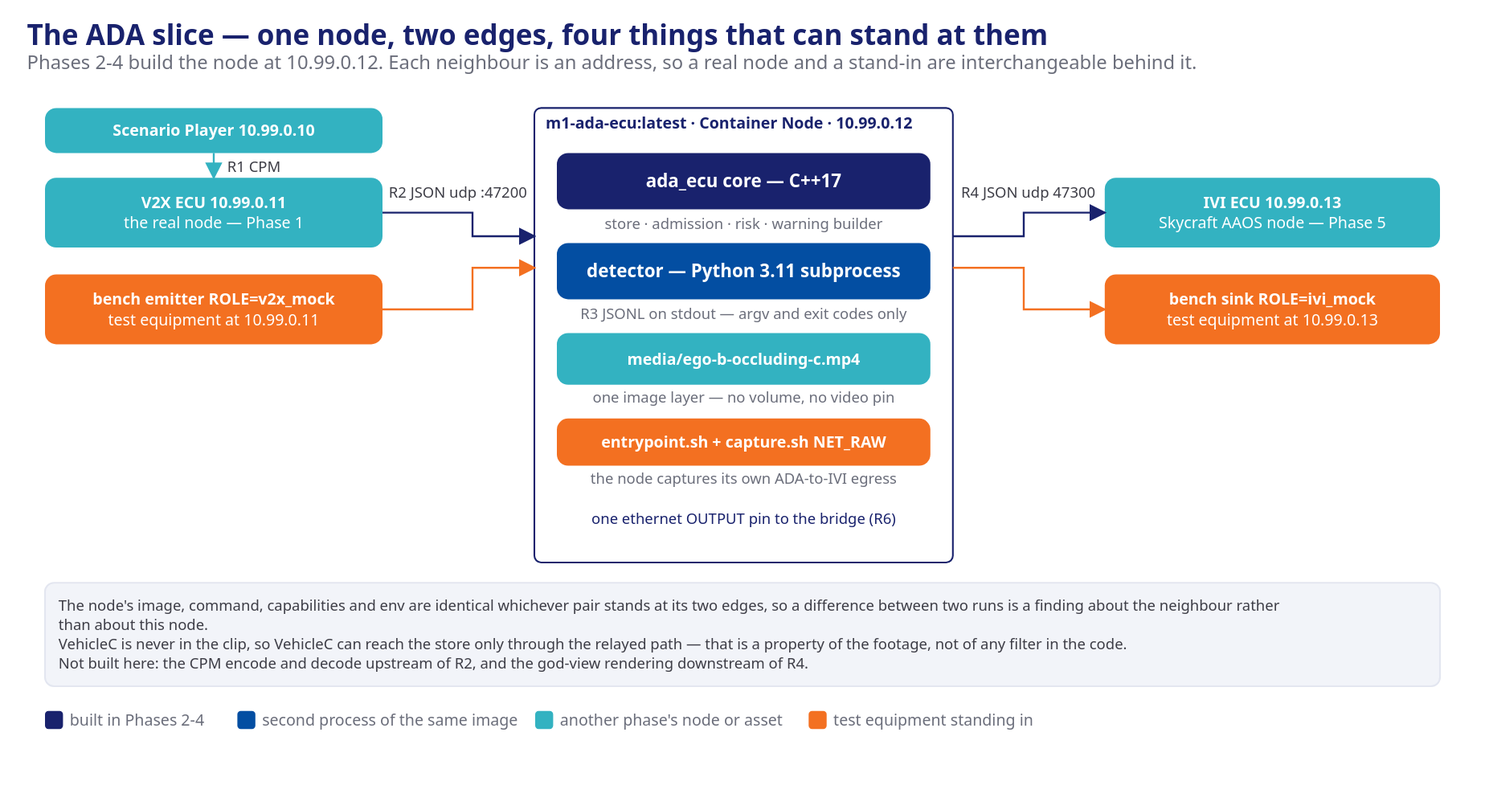
This is presentation/assets/phase2-4-ada-slice.svg from mnpham2101/FPT-Hackathon2026, a draw.io export, as it was before one commit. Source tidied: cells renumbered, new cells last; positions are measured from the earlier drawing's top-left corner, leaving out a move shared by most shapes.
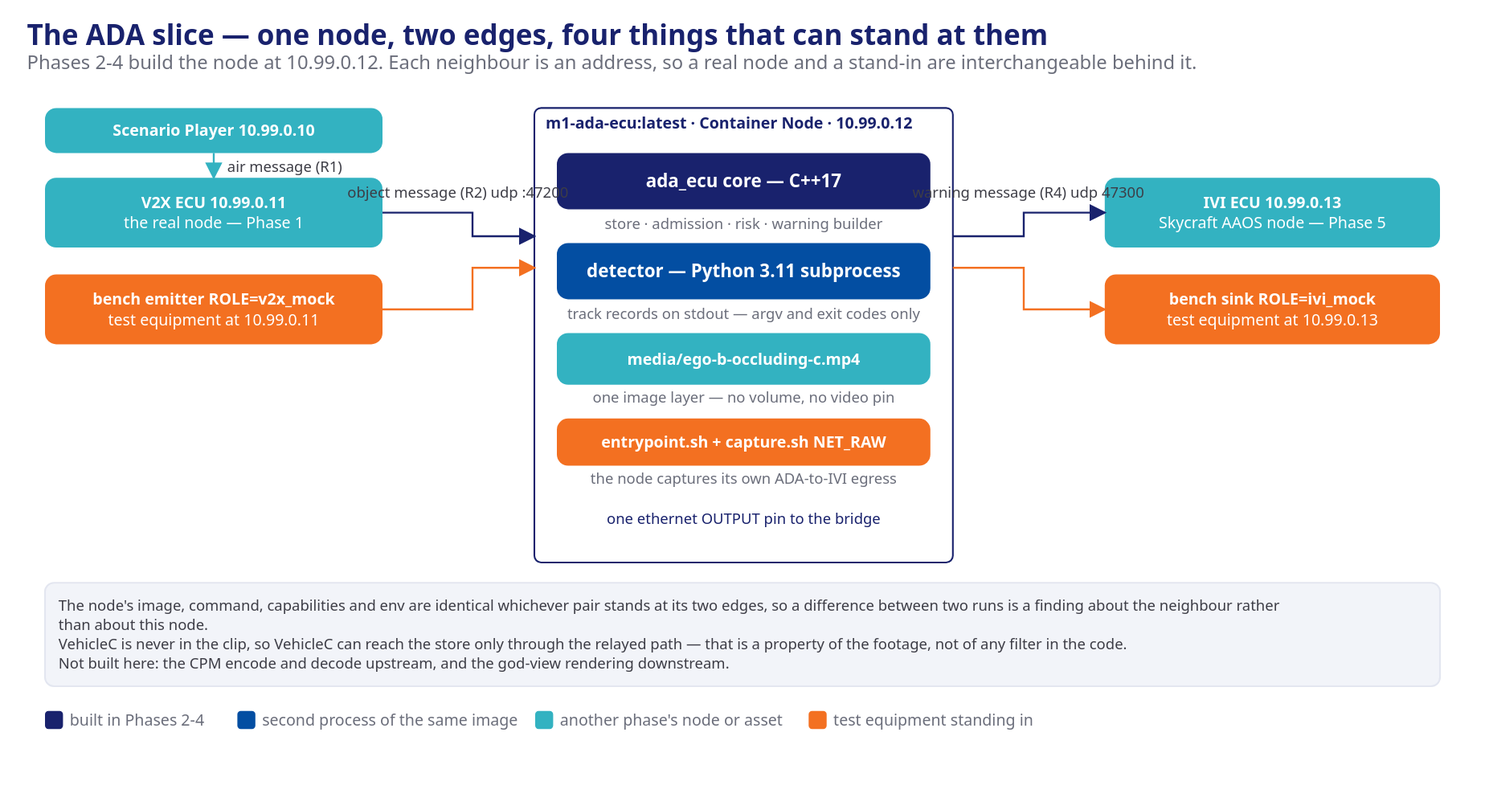
The same file after the commit.

Change to the diagram source:
```diff
@@ -20,7 +20,7 @@
     <mxCell id="7" value="detector — Python 3.11 subprocess" style="rounded=1;arcSize=10;html=1;fillColor=#034EA2;strokeColor=none;fontColor=#ffffff;fontSize=16.0;fontStyle=1;whiteSpace=wrap;verticalAlign=middle;align=center;" parent="1" vertex="1">
       <mxGeometry x="471" y="196" width="332" height="50" as="geometry" />
     </mxCell>
-    <mxCell id="8" value="R3 JSONL on stdout — argv and exit codes only" style="text;html=1;align=center;verticalAlign=middle;fontSize=13.2;fontColor=#6b6e7b;fontStyle=0;" parent="1" vertex="1">
+    <mxCell id="8" value="track records on stdout — argv and exit codes only" style="text;html=1;align=center;verticalAlign=middle;fontSize=13.2;fontColor=#6b6e7b;fontStyle=0;" parent="1" vertex="1">
       <mxGeometry x="471" y="250" width="332" height="18" as="geometry" />
     </mxCell>
     <mxCell id="9" value="media/ego-b-occluding-c.mp4" style="rounded=1;arcSize=10;html=1;fillColor=#33B2C1;strokeColor=none;fontColor=#ffffff;fontSize=14.0;fontStyle=1;whiteSpace=wrap;verticalAlign=middle;align=center;" parent="1" vertex="1">
@@ -35,7 +35,7 @@
     <mxCell id="12" value="the node captures its own ADA-to-IVI egress" style="text;html=1;align=center;verticalAlign=middle;fontSize=13.2;fontColor=#6b6e7b;fontStyle=0;" parent="1" vertex="1">
       <mxGeometry x="471" y="396" width="332" height="18" as="geometry" />
     </mxCell>
-    <mxCell id="13" value="one ethernet OUTPUT pin to the bridge (R6)" style="text;html=1;align=center;verticalAlign=middle;fontSize=13.2;fontColor=#19226D;fontStyle=0;" parent="1" vertex="1">
+    <mxCell id="13" value="one ethernet OUTPUT pin to the bridge" style="text;html=1;align=center;verticalAlign=middle;fontSize=13.2;fontColor=#19226D;fontStyle=0;" parent="1" vertex="1">
       <mxGeometry x="471" y="432" width="332" height="18" as="geometry" />
     </mxCell>
     <mxCell id="14" value="Scenario Player   10.99.0.10" style="rounded=1;arcSize=10;html=1;fillColor=#33B2C1;strokeColor=none;fontColor=#ffffff;fontSize=14.0;fontStyle=1;whiteSpace=wrap;verticalAlign=middle;align=center;" parent="1" vertex="1">
@@ -47,13 +47,13 @@
     <mxCell id="16" value="bench emitter   ROLE=v2x_mock&#10;test equipment at 10.99.0.11" style="rounded=1;arcSize=10;html=1;fillColor=#F37021;strokeColor=none;fontColor=#ffffff;fontSize=14.0;fontStyle=1;whiteSpace=wrap;verticalAlign=middle;align=center;" parent="1" vertex="1">
       <mxGeometry x="16" y="224" width="300" height="62" as="geometry" />
     </mxCell>
-    <mxCell id="17" value="R1 CPM" style="html=1;endArrow=block;endFill=1;strokeColor=#33B2C1;edgeStyle=orthogonalEdgeStyle;rounded=0;fontSize=13.2;fontColor=#3d3d46;labelBackgroundColor=none;" parent="1" edge="1">
+    <mxCell id="17" value="air message (R1)" style="html=1;endArrow=block;endFill=1;strokeColor=#33B2C1;edgeStyle=orthogonalEdgeStyle;rounded=0;fontSize=13.2;fontColor=#3d3d46;labelBackgroundColor=none;" parent="1" edge="1">
       <mxGeometry relative="1" as="geometry">
         <mxPoint x="166" y="116" as="sourcePoint" />
         <mxPoint x="166" y="138" as="targetPoint" />
       </mxGeometry>
     </mxCell>
-    <mxCell id="18" value="R2 JSON  udp :47200" style="html=1;endArrow=block;endFill=1;strokeColor=#19226D;edgeStyle=orthogonalEdgeStyle;rounded=0;fontSize=13.2;fontColor=#3d3d46;labelBackgroundColor=none;" parent="1" edge="1">
+    <mxCell id="18" value="object message (R2)  udp :47200" style="html=1;endArrow=block;endFill=1;strokeColor=#19226D;edgeStyle=orthogonalEdgeStyle;rounded=0;fontSize=13.2;fontColor=#3d3d46;labelBackgroundColor=none;" parent="1" edge="1">
       <mxGeometry relative="1" as="geometry">
         <mxPoint x="316" y="169" as="sourcePoint" />
         <mxPoint x="451" y="190" as="targetPoint" />
@@ -79,7 +79,7 @@
     <mxCell id="21" value="bench sink   ROLE=ivi_mock&#10;test equipment at 10.99.0.13" style="rounded=1;arcSize=10;html=1;fillColor=#F37021;strokeColor=none;fontColor=#ffffff;fontSize=14.0;fontStyle=1;whiteSpace=wrap;verticalAlign=middle;align=center;" parent="1" vertex="1">
       <mxGeometry x="958" y="224" width="298" height="62" as="geometry" />
     </mxCell>
-    <mxCell id="22" value="R4 JSON  udp 47300" style="html=1;endArrow=block;endFill=1;strokeColor=#19226D;edgeStyle=orthogonalEdgeStyle;rounded=0;fontSize=13.2;fontColor=#3d3d46;labelBackgroundColor=none;" parent="1" edge="1">
+    <mxCell id="22" value="warning message (R4)  udp 47300" style="html=1;endArrow=block;endFill=1;strokeColor=#19226D;edgeStyle=orthogonalEdgeStyle;rounded=0;fontSize=13.2;fontColor=#3d3d46;labelBackgroundColor=none;" parent="1" edge="1">
       <mxGeometry relative="1" as="geometry">
         <mxPoint x="823" y="190" as="sourcePoint" />
         <mxPoint x="958" y="169" as="targetPoint" />
@@ -99,7 +99,7 @@
         </Array>
       </mxGeometry>
     </mxCell>
-    <mxCell id="24" value="The node's image, command, capabilities and env are identical whichever pair stands at its two edges, so a difference between two runs is a finding about the neighbour rather&#10;than about this node.&#10;VehicleC is never in the clip, so VehicleC can reach the store only through the relayed path — that is a property of the footage, not of any filter in the code.&#10;Not built here: the CPM encode and decode upstream of R2, and the god-view rendering downstream of R4." style="rounded=1;arcSize=8;html=1;fillColor=#f2f4f9;strokeColor=#e3e6f0;fontColor=#3d3d46;fontSize=13.2;fontStyle=0;whiteSpace=wrap;verticalAlign=middle;align=left;" parent="1" vertex="1">
+    <mxCell id="24" value="The node's image, command, capabilities and env are identical whichever pair stands at its two edges, so a difference between two runs is a finding about the neighbour rather&#10;than about this node.&#10;VehicleC is never in the clip, so VehicleC can reach the store only through the relayed path — that is a property of the footage, not of any filter in the code.&#10;Not built here: the CPM encode and decode upstream, and the god-view rendering downstream." style="rounded=1;arcSize=8;html=1;fillColor=#f2f4f9;strokeColor=#e3e6f0;fontColor=#3d3d46;fontSize=13.2;fontStyle=0;whiteSpace=wrap;verticalAlign=middle;align=left;" parent="1" vertex="1">
       <mxGeometry x="16" y="498" width="1240" height="92" as="geometry" />
     </mxCell>
     <mxCell id="25" style="rounded=1;arcSize=3;html=1;fillColor=#19226D;strokeColor=none;fontColor=#ffffff;fontSize=14.0;fontStyle=1;whiteSpace=wrap;verticalAlign=middle;align=center;" parent="1" vertex="1">
```
